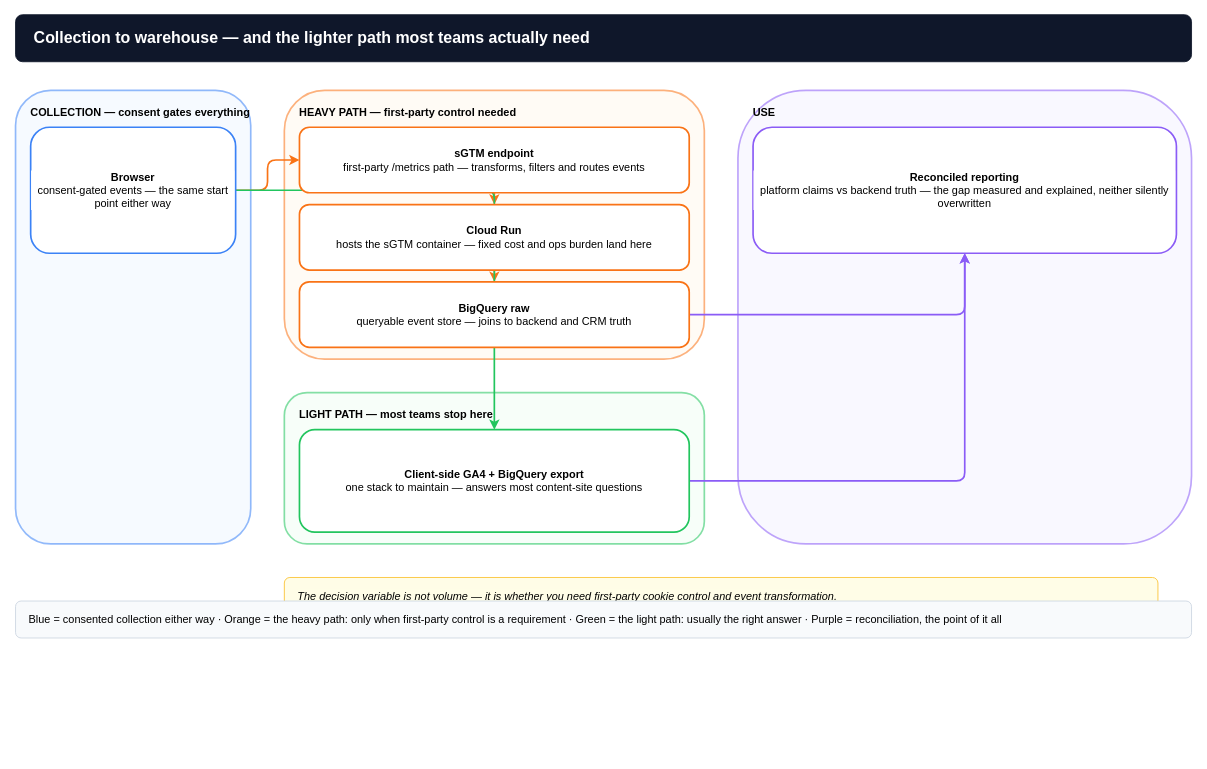
Rajeev-SG/rajeevg.com keeps this draw.io diagram as public/downloads/agentic-collection-warehousing.drawio. Above is the earlier version. Source tidied: cells renumbered, new cells numbered last; positions are measured from the earlier drawing's top-left corner, leaving out a move shared by most shapes. Both pictures are drawn from the tidied source at 84%, with x=0, y=0 at pixel (15, 14).
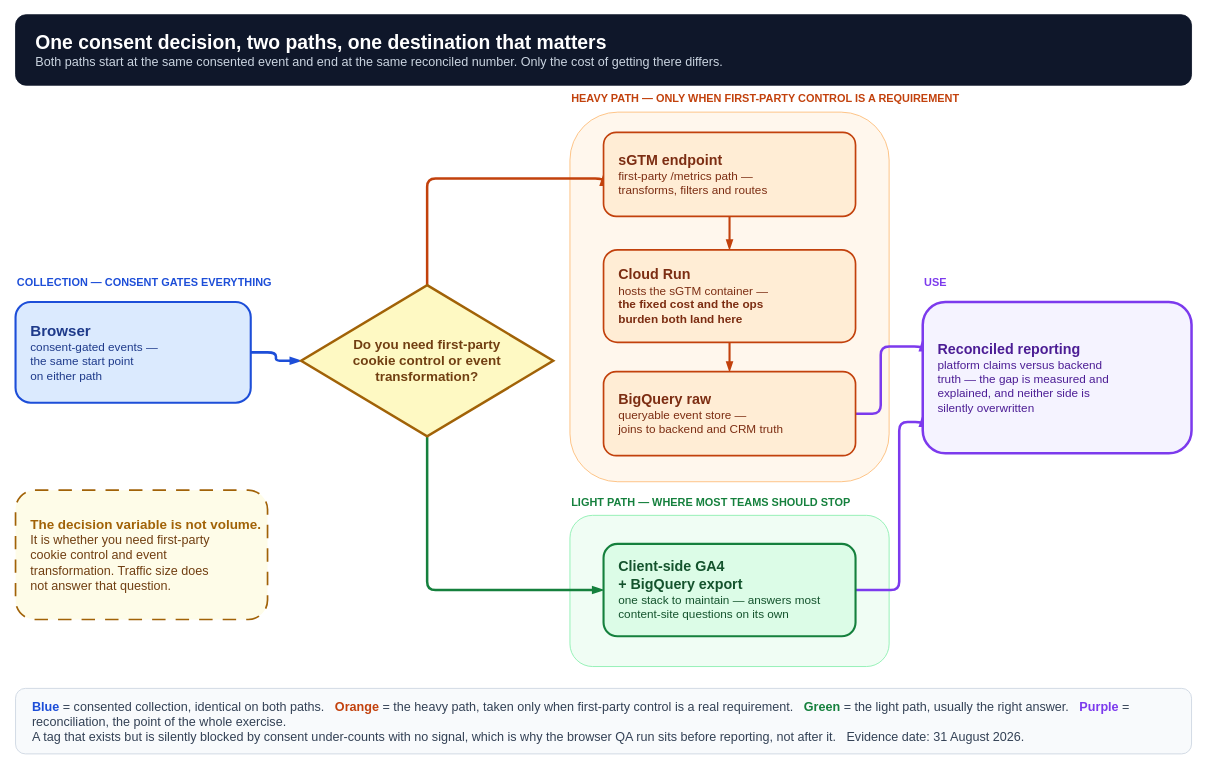
The same page after the edit.

The edit, as a diff of the source:
```diff
@@
-<mxGraphModel>
+<mxGraphModel background="#ffffff">
@@
+    <mxCell id="21" style="rounded=1;html=1;fillColor=#fff7ed;strokeColor=#fdba74;" parent="1" vertex="1">
+      <mxGeometry x="660" y="116" width="380" height="440" as="geometry" />
+    </mxCell>
+    <mxCell id="22" style="rounded=1;html=1;fillColor=#f0fdf4;strokeColor=#86efac;" parent="1" vertex="1">
+      <mxGeometry x="660" y="596" width="380" height="180" as="geometry" />
+    </mxCell>
+    <mxCell id="23" style="edgeStyle=orthogonalEdgeStyle;rounded=1;html=1;strokeColor=#1d4ed8;strokeWidth=3;endArrow=blockThin;endFill=1;exitX=1;exitY=0.5;entryX=0;entryY=0.5;" parent="1" edge="1" source="33" target="34">
+      <mxGeometry relative="1" as="geometry" />
+    </mxCell>
+    <mxCell id="24" style="edgeStyle=orthogonalEdgeStyle;rounded=1;html=1;strokeColor=#c2410c;strokeWidth=3;endArrow=blockThin;endFill=1;exitX=0.5;exitY=0;entryX=0;entryY=0.5;" parent="1" edge="1" source="34" target="35">
+      <mxGeometry relative="1" as="geometry">
+        <Array as="points">
+          <mxPoint x="490" y="195" />
+        </Array>
+      </mxGeometry>
+    </mxCell>
+    <mxCell id="25" style="edgeStyle=orthogonalEdgeStyle;rounded=1;html=1;strokeColor=#15803d;strokeWidth=3;endArrow=blockThin;endFill=1;exitX=0.5;exitY=1;entryX=0;entryY=0.5;" parent="1" edge="1" source="34" target="37">
+      <mxGeometry relative="1" as="geometry">
+        <Array as="points">
+          <mxPoint x="490" y="685" />
+        </Array>
+      </mxGeometry>
+    </mxCell>
+    <mxCell id="26" style="edgeStyle=orthogonalEdgeStyle;rounded=1;html=1;strokeColor=#c2410c;strokeWidth=2.5;endArrow=blockThin;endFill=1;exitX=0.5;exitY=1;entryX=0.5;entryY=0;" parent="1" edge="1" source="35" target="36">
+      <mxGeometry relative="1" as="geometry" />
+    </mxCell>
+    <mxCell id="27" style="edgeStyle=orthogonalEdgeStyle;rounded=1;html=1;strokeColor=#c2410c;strokeWidth=2.5;endArrow=blockThin;endFill=1;exitX=0.5;exitY=1;entryX=0.5;entryY=0;" parent="1" edge="1" source="36" target="16">
+      <mxGeometry relative="1" as="geometry" />
+    </mxCell>
+    <mxCell id="28" style="edgeStyle=orthogonalEdgeStyle;rounded=1;html=1;strokeColor=#7c3aed;strokeWidth=3;endArrow=blockThin;endFill=1;exitX=1;exitY=0.5;entryX=0;entryY=0.25;" parent="1" edge="1" source="16" target="38">
+      <mxGeometry relative="1" as="geometry">
+        <Array as="points">
+          <mxPoint x="1030" y="475" />
+          <mxPoint x="1030" y="395" />
+        </Array>
+      </mxGeometry>
+    </mxCell>
+    <mxCell id="29" style="edgeStyle=orthogonalEdgeStyle;rounded=1;html=1;strokeColor=#7c3aed;strokeWidth=3;endArrow=blockThin;endFill=1;exitX=1;exitY=0.5;entryX=0;entryY=0.75;" parent="1" edge="1" source="37" target="38">
+      <mxGeometry relative="1" as="geometry">
+        <Array as="points">
+          <mxPoint x="1052" y="685" />
+          <mxPoint x="1052" y="485" />
+        </Array>
+      </mxGeometry>
+    </mxCell>
-    <mxCell id="2" value="&lt;b&gt;Collection to warehouse — and the lighter path most teams actually need&lt;/b&gt;" style="rounded=1;whiteSpace=wrap;html=1;align=left;spacingLeft=20;fillColor=#0f172a;strokeColor=#0f172a;fontColor=#ffffff;fontSize=19;" parent="1" vertex="1">
-      <mxGeometry width="1400" height="56" as="geometry" />
+    <mxCell id="2" value="&lt;b style=&quot;font-size:23px&quot;&gt;One consent decision, two paths, one destination that matters&lt;/b&gt;&lt;br&gt;&lt;span style=&quot;font-size:15px;color:#cbd5e1&quot;&gt;Both paths start at the same consented event and end at the same reconciled number. Only the cost of getting there differs.&lt;/span&gt;" style="rounded=1;html=1;whiteSpace=wrap;fillColor=#0f172a;strokeColor=#0f172a;fontColor=#ffffff;align=left;spacingLeft=22;verticalAlign=middle;" parent="1" vertex="1">
+      <mxGeometry width="1400" height="84" as="geometry" />
     </mxCell>
-    <mxCell id="3" value="&lt;b&gt;COLLECTION — consent gates everything&lt;/b&gt;" style="rounded=1;whiteSpace=wrap;html=1;align=left;verticalAlign=top;spacingTop=12;spacingLeft=16;fillColor=#eff6ff;strokeColor=#3b82f6;strokeWidth=2;fontSize=13;opacity=55;" parent="1" vertex="1">
-      <mxGeometry y="90" width="280" height="540" as="geometry" />
-    </mxCell>
-    <mxCell id="4" value="&lt;b&gt;HEAVY PATH — first-party control needed&lt;/b&gt;" style="rounded=1;whiteSpace=wrap;html=1;align=left;verticalAlign=top;spacingTop=12;spacingLeft=16;fillColor=#fff7ed;strokeColor=#f97316;strokeWidth=2;fontSize=13;opacity=55;" parent="1" vertex="1">
-      <mxGeometry x="320" y="90" width="500" height="320" as="geometry" />
-    </mxCell>
-    <mxCell id="5" value="&lt;b&gt;LIGHT PATH — most teams stop here&lt;/b&gt;" style="rounded=1;whiteSpace=wrap;html=1;align=left;verticalAlign=top;spacingTop=12;spacingLeft=16;fillColor=#f0fdf4;strokeColor=#22c55e;strokeWidth=2;fontSize=13;opacity=55;" parent="1" vertex="1">
-      <mxGeometry x="320" y="450" width="500" height="180" as="geometry" />
-    </mxCell>
+    <mxCell id="30" value="&lt;b&gt;COLLECTION &amp;mdash; CONSENT GATES EVERYTHING&lt;/b&gt;" style="text;html=1;align=left;verticalAlign=middle;fontSize=13;fontColor=#1d4ed8;" parent="1" vertex="1">
+      <mxGeometry y="306" width="420" height="24" as="geometry" />
+    </mxCell>
+    <mxCell id="31" value="&lt;b&gt;HEAVY PATH &amp;mdash; ONLY WHEN FIRST-PARTY CONTROL IS A REQUIREMENT&lt;/b&gt;" style="text;html=1;align=left;verticalAlign=middle;fontSize=13;fontColor=#c2410c;" parent="1" vertex="1">
+      <mxGeometry x="660" y="88" width="740" height="24" as="geometry" />
+    </mxCell>
+    <mxCell id="32" value="&lt;b&gt;LIGHT PATH &amp;mdash; WHERE MOST TEAMS SHOULD STOP&lt;/b&gt;" style="text;html=1;align=left;verticalAlign=middle;fontSize=13;fontColor=#15803d;" parent="1" vertex="1">
+      <mxGeometry x="660" y="568" width="600" height="24" as="geometry" />
+    </mxCell>
-    <mxCell id="6" value="&lt;b&gt;USE&lt;/b&gt;" style="rounded=1;whiteSpace=wrap;html=1;align=left;verticalAlign=top;spacingTop=12;spacingLeft=16;fillColor=#f5f3ff;strokeColor=#8b5cf6;strokeWidth=2;fontSize=13;opacity=55;" parent="1" vertex="1">
-      <mxGeometry x="860" y="90" width="540" height="540" as="geometry" />
+    <mxCell id="6" value="&lt;b&gt;USE&lt;/b&gt;" style="text;html=1;align=left;verticalAlign=middle;fontSize=13;fontColor=#7c3aed;" parent="1" vertex="1">
+      <mxGeometry x="1080" y="306" width="320" height="24" as="geometry" />
     </mxCell>
-    <mxCell id="7" style="edgeStyle=orthogonalEdgeStyle;rounded=1;html=1;strokeColor=#f97316;strokeWidth=2;endArrow=classic;endFill=1;" parent="1" edge="1" source="13" target="14">
-      <mxGeometry relative="1" as="geometry" />
-    </mxCell>
-    <mxCell id="8" style="edgeStyle=orthogonalEdgeStyle;rounded=1;html=1;strokeColor=#f97316;strokeWidth=2;endArrow=classic;endFill=1;" parent="1" edge="1" source="14" target="15">
-      <mxGeometry relative="1" as="geometry" />
-    </mxCell>
-    <mxCell id="9" style="edgeStyle=orthogonalEdgeStyle;rounded=1;html=1;strokeColor=#f97316;strokeWidth=2;endArrow=classic;endFill=1;" parent="1" edge="1" source="15" target="16">
-      <mxGeometry relative="1" as="geometry" />
-    </mxCell>
-    <mxCell id="10" style="edgeStyle=orthogonalEdgeStyle;rounded=1;html=1;strokeColor=#22c55e;strokeWidth=2;endArrow=classic;endFill=1;" parent="1" edge="1" source="13" target="17">
-      <mxGeometry relative="1" as="geometry" />
-    </mxCell>
-    <mxCell id="11" style="edgeStyle=orthogonalEdgeStyle;rounded=1;html=1;strokeColor=#8b5cf6;strokeWidth=2;endArrow=classic;endFill=1;" parent="1" edge="1" source="16" target="18">
-      <mxGeometry relative="1" as="geometry" />
-    </mxCell>
-    <mxCell id="12" style="edgeStyle=orthogonalEdgeStyle;rounded=1;html=1;strokeColor=#8b5cf6;strokeWidth=2;endArrow=classic;endFill=1;" parent="1" edge="1" source="17" target="18">
-      <mxGeometry relative="1" as="geometry" />
-    </mxCell>
-    <mxCell id="13" value="&lt;b&gt;Browser&lt;/b&gt;&lt;br&gt;consent-gated events — the same start point either way" style="rounded=1;whiteSpace=wrap;html=1;fillColor=#ffffff;strokeColor=#3b82f6;strokeWidth=2;fontSize=13;labelBackgroundColor=#ffffff;align=center;" parent="1" vertex="1">
-      <mxGeometry x="18" y="134" width="244" height="150" as="geometry" />
-    </mxCell>
-    <mxCell id="14" value="&lt;b&gt;sGTM endpoint&lt;/b&gt;&lt;br&gt;first-party /metrics path — transforms, filters and routes events" style="rounded=1;whiteSpace=wrap;html=1;fillColor=#ffffff;strokeColor=#f97316;strokeWidth=2;fontSize=13;labelBackgroundColor=#ffffff;align=center;" parent="1" vertex="1">
-      <mxGeometry x="338" y="134" width="464" height="78" as="geometry" />
-    </mxCell>
-    <mxCell id="15" value="&lt;b&gt;Cloud Run&lt;/b&gt;&lt;br&gt;hosts the sGTM container — fixed cost and ops burden land here" style="rounded=1;whiteSpace=wrap;html=1;fillColor=#ffffff;strokeColor=#f97316;strokeWidth=2;fontSize=13;labelBackgroundColor=#ffffff;align=center;" parent="1" vertex="1">
-      <mxGeometry x="338" y="226" width="464" height="78" as="geometry" />
-    </mxCell>
+    <mxCell id="33" value="&lt;b style=&quot;font-size:18px&quot;&gt;Browser&lt;/b&gt;&lt;br&gt;&lt;span style=&quot;font-size:14px&quot;&gt;consent-gated events &amp;mdash;&lt;br&gt;the same start point&lt;br&gt;on either path&lt;/span&gt;" style="rounded=1;html=1;whiteSpace=wrap;fillColor=#dbeafe;strokeColor=#1d4ed8;strokeWidth=2.5;align=left;spacingLeft=16;verticalAlign=middle;fontColor=#1e3a8a;" parent="1" vertex="1">
+      <mxGeometry y="342" width="280" height="120" as="geometry" />
+    </mxCell>
+    <mxCell id="34" value="&lt;b style=&quot;font-size:16px&quot;&gt;Do you need first-party&lt;br&gt;cookie control or event&lt;br&gt;transformation?&lt;/b&gt;" style="rhombus;html=1;whiteSpace=wrap;fillColor=#fef9c3;strokeColor=#a16207;strokeWidth=3;verticalAlign=middle;fontColor=#713f12;" parent="1" vertex="1">
+      <mxGeometry x="340" y="322" width="300" height="180" as="geometry" />
+    </mxCell>
+    <mxCell id="35" value="&lt;b style=&quot;font-size:17px&quot;&gt;sGTM endpoint&lt;/b&gt;&lt;br&gt;&lt;span style=&quot;font-size:14px&quot;&gt;first-party /metrics path &amp;mdash;&lt;br&gt;transforms, filters and routes&lt;/span&gt;" style="rounded=1;html=1;whiteSpace=wrap;fillColor=#ffedd5;strokeColor=#c2410c;strokeWidth=2;align=left;spacingLeft=16;verticalAlign=middle;fontColor=#7c2d12;" parent="1" vertex="1">
+      <mxGeometry x="700" y="140" width="300" height="100" as="geometry" />
+    </mxCell>
+    <mxCell id="36" value="&lt;b style=&quot;font-size:17px&quot;&gt;Cloud Run&lt;/b&gt;&lt;br&gt;&lt;span style=&quot;font-size:14px&quot;&gt;hosts the sGTM container &amp;mdash;&lt;br&gt;&lt;b&gt;the fixed cost and the ops&lt;br&gt;burden both land here&lt;/b&gt;&lt;/span&gt;" style="rounded=1;html=1;whiteSpace=wrap;fillColor=#ffedd5;strokeColor=#c2410c;strokeWidth=2;align=left;spacingLeft=16;verticalAlign=middle;fontColor=#7c2d12;" parent="1" vertex="1">
+      <mxGeometry x="700" y="280" width="300" height="110" as="geometry" />
+    </mxCell>
-    <mxCell id="16" value="&lt;b&gt;BigQuery raw&lt;/b&gt;&lt;br&gt;queryable event store — joins to backend and CRM truth" style="rounded=1;whiteSpace=wrap;html=1;fillColor=#ffffff;strokeColor=#f97316;strokeWidth=2;fontSize=13;labelBackgroundColor=#ffffff;align=center;" parent="1" vertex="1">
-      <mxGeometry x="338" y="318" width="464" height="78" as="geometry" />
+    <mxCell id="16" value="&lt;b style=&quot;font-size:17px&quot;&gt;BigQuery raw&lt;/b&gt;&lt;br&gt;&lt;span style=&quot;font-size:14px&quot;&gt;queryable event store &amp;mdash;&lt;br&gt;joins to backend and CRM truth&lt;/span&gt;" style="rounded=1;html=1;whiteSpace=wrap;fillColor=#ffedd5;strokeColor=#c2410c;strokeWidth=2;align=left;spacingLeft=16;verticalAlign=middle;fontColor=#7c2d12;" parent="1" vertex="1">
+      <mxGeometry x="700" y="425" width="300" height="100" as="geometry" />
     </mxCell>
-    <mxCell id="17" value="&lt;b&gt;Client-side GA4 + BigQuery export&lt;/b&gt;&lt;br&gt;one stack to maintain — answers most content-site questions" style="rounded=1;whiteSpace=wrap;html=1;fillColor=#ffffff;strokeColor=#22c55e;strokeWidth=2;fontSize=13;labelBackgroundColor=#ffffff;align=center;" parent="1" vertex="1">
-      <mxGeometry x="338" y="494" width="464" height="122" as="geometry" />
-    </mxCell>
-    <mxCell id="18" value="&lt;b&gt;Reconciled reporting&lt;/b&gt;&lt;br&gt;platform claims vs backend truth — the gap measured and explained, neither silently overwritten" style="rounded=1;whiteSpace=wrap;html=1;fillColor=#ffffff;strokeColor=#8b5cf6;strokeWidth=2;fontSize=13;labelBackgroundColor=#ffffff;align=center;" parent="1" vertex="1">
-      <mxGeometry x="878" y="134" width="504" height="150" as="geometry" />
-    </mxCell>
-    <mxCell id="19" value="The decision variable is not volume — it is whether you need first-party cookie control and event transformation." style="rounded=1;whiteSpace=wrap;html=1;align=left;spacingLeft=14;fillColor=#fffde7;strokeColor=#fbc02d;fontSize=13;fontStyle=2;labelBackgroundColor=#fffde7;" parent="1" vertex="1">
-      <mxGeometry x="320" y="670" width="1040" height="44" as="geometry" />
-    </mxCell>
+    <mxCell id="37" value="&lt;b style=&quot;font-size:17px&quot;&gt;Client-side GA4&lt;br&gt;+ BigQuery export&lt;/b&gt;&lt;br&gt;&lt;span style=&quot;font-size:14px&quot;&gt;one stack to maintain &amp;mdash; answers most&lt;br&gt;content-site questions on its own&lt;/span&gt;" style="rounded=1;html=1;whiteSpace=wrap;fillColor=#dcfce7;strokeColor=#15803d;strokeWidth=2.5;align=left;spacingLeft=16;verticalAlign=middle;fontColor=#14532d;" parent="1" vertex="1">
+      <mxGeometry x="700" y="630" width="300" height="110" as="geometry" />
+    </mxCell>
+    <mxCell id="38" value="&lt;b style=&quot;font-size:17px&quot;&gt;Reconciled reporting&lt;/b&gt;&lt;br&gt;&lt;span style=&quot;font-size:14px&quot;&gt;platform claims versus backend&lt;br&gt;truth &amp;mdash; the gap is measured and&lt;br&gt;explained, and neither side is&lt;br&gt;silently overwritten&lt;/span&gt;" style="rounded=1;html=1;whiteSpace=wrap;fillColor=#f5f3ff;strokeColor=#7c3aed;strokeWidth=3;align=left;spacingLeft=16;verticalAlign=middle;fontColor=#4c1d95;" parent="1" vertex="1">
+      <mxGeometry x="1080" y="342" width="320" height="180" as="geometry" />
+    </mxCell>
+    <mxCell id="39" value="&lt;b style=&quot;font-size:16px;color:#a16207&quot;&gt;The decision variable is not volume.&lt;/b&gt;&lt;br&gt;&lt;span style=&quot;font-size:15px;color:#713f12&quot;&gt;It is whether you need first-party&lt;br&gt;cookie control and event&lt;br&gt;transformation. Traffic size does&lt;br&gt;not answer that question.&lt;/span&gt;" style="rounded=1;html=1;whiteSpace=wrap;fillColor=#fefce8;strokeColor=#a16207;strokeWidth=2;dashed=1;dashPattern=8 6;align=left;spacingLeft=16;verticalAlign=middle;" parent="1" vertex="1">
+      <mxGeometry y="566" width="300" height="154" as="geometry" />
+    </mxCell>
-    <mxCell id="20" value="Blue = consented collection either way   ·   Orange = the heavy path: only when first-party control is a requirement   ·   Green = the light path: usually the right answer   ·   Purple = reconciliation, the point of it all" style="rounded=1;whiteSpace=wrap;html=1;align=left;spacingLeft=14;fillColor=#f8fafc;strokeColor=#cbd5e1;fontSize=13;labelBackgroundColor=#f8fafc;" parent="1" vertex="1">
-      <mxGeometry y="698" width="1400" height="44" as="geometry" />
+    <mxCell id="20" value="&lt;span style=&quot;font-size:15px&quot;&gt;&lt;b style=&quot;color:#1d4ed8&quot;&gt;Blue&lt;/b&gt; = consented collection, identical on both paths. &amp;nbsp; &lt;b style=&quot;color:#c2410c&quot;&gt;Orange&lt;/b&gt; = the heavy path, taken only when first-party control is a real requirement. &amp;nbsp; &lt;b style=&quot;color:#15803d&quot;&gt;Green&lt;/b&gt; = the light path, usually the right answer. &amp;nbsp; &lt;b style=&quot;color:#7c3aed&quot;&gt;Purple&lt;/b&gt; = reconciliation, the point of the whole exercise.&lt;br&gt;A tag that exists but is silently blocked by consent under-counts with no signal, which is why the browser QA run sits before reporting, not after it. &amp;nbsp; Evidence date: 31 August 2026.&lt;/span&gt;" style="rounded=1;html=1;whiteSpace=wrap;fillColor=#f8fafc;strokeColor=#cbd5e1;align=left;spacingLeft=18;verticalAlign=middle;fontColor=#334155;" parent="1" vertex="1">
+      <mxGeometry y="802" width="1400" height="78" as="geometry" />
     </mxCell>
```
